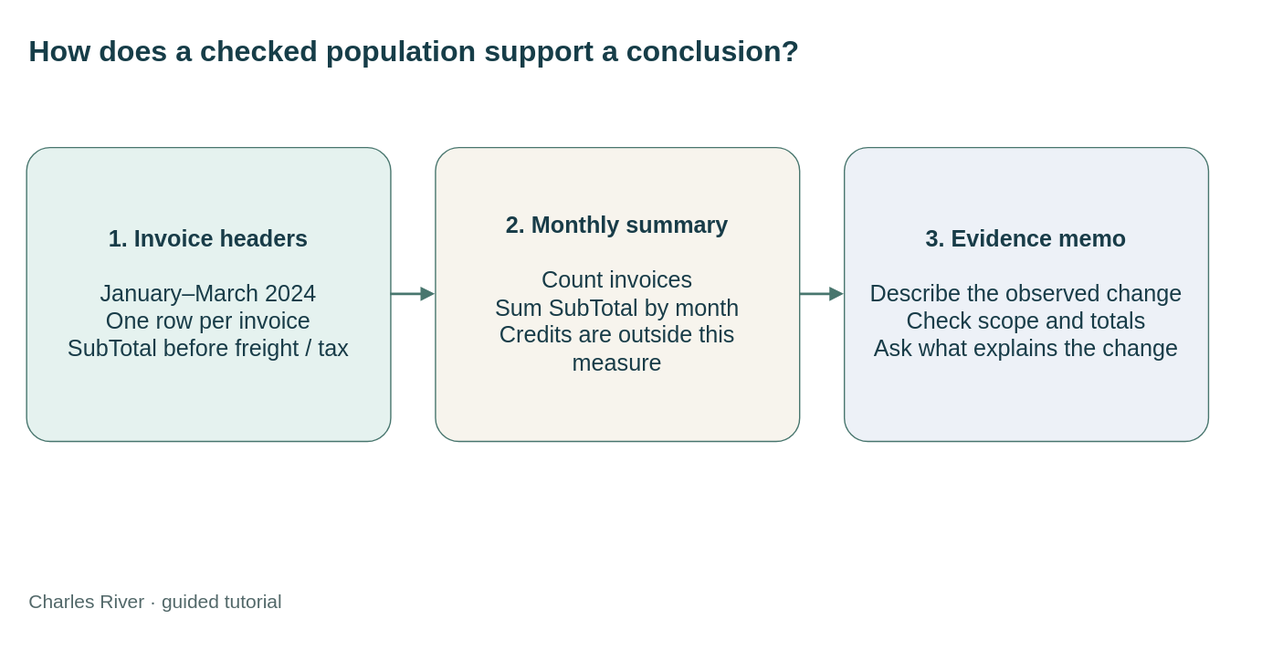
mmcodesso/CharlesRiver_Database keeps this draw.io diagram as static/diagrams/tutorials/turn-records-into-a-conclusion.svg. Above is the earlier version. Source tidied: cells renumbered, new cells last; positions are measured from the earlier drawing's top-left corner, leaving out a move shared by most shapes.
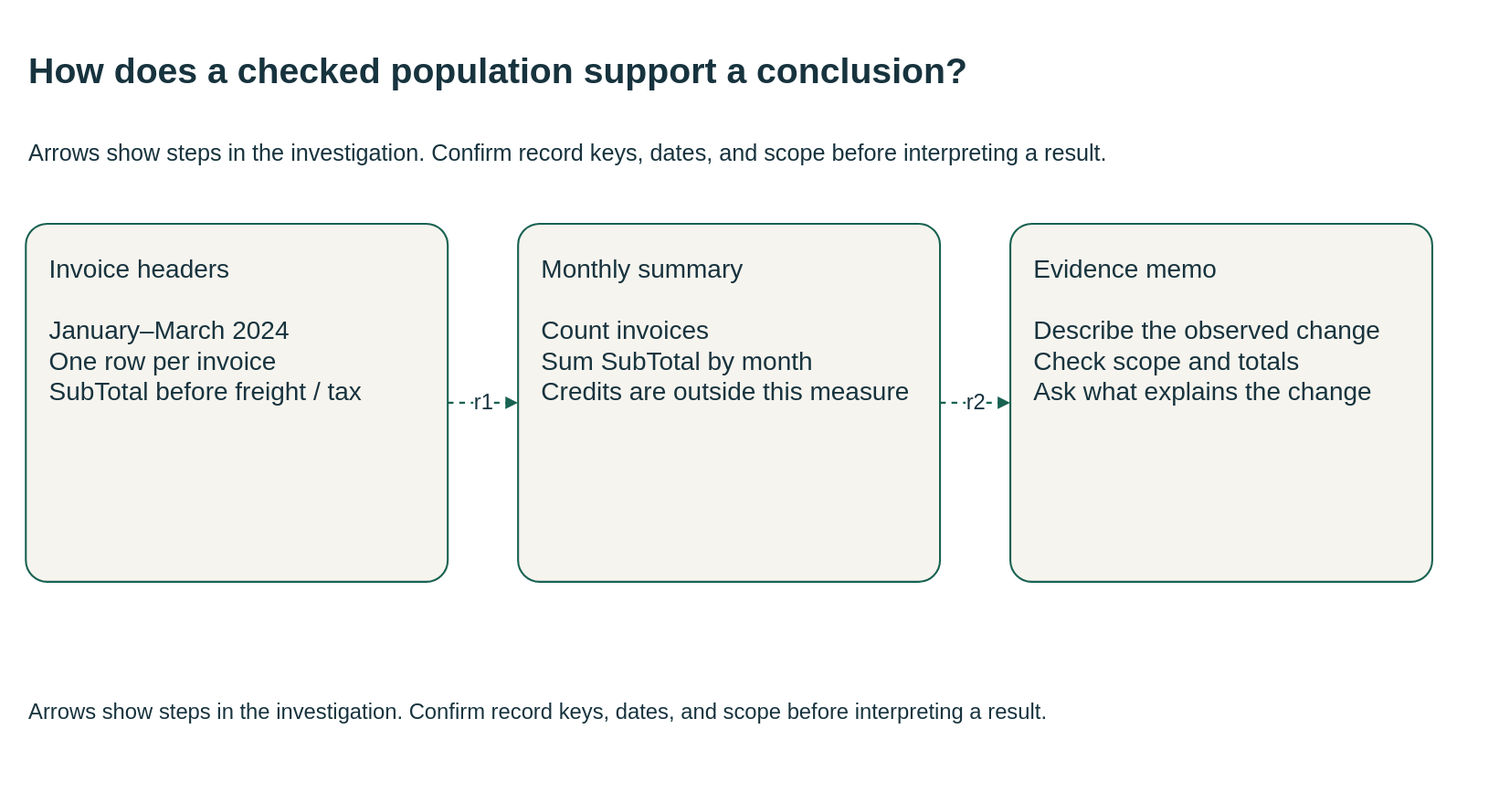
The same file after the commit.

Change to the diagram source:
```diff
@@ -1,27 +1,30 @@
-<mxGraphModel>
+<mxGraphModel background="#FFFFFF">
   <root>
     <mxCell id="0" />
     <mxCell id="1" parent="0" />
-    <mxCell id="2" value="How does a checked population support a conclusion?" style="text;html=0;whiteSpace=wrap;fontSize=23;fontStyle=1;fontColor=#163d48;align=left;" parent="1" vertex="1">
-      <mxGeometry width="920" height="60" as="geometry" />
+    <mxCell id="2" value="How does a checked population support a conclusion?" style="html=0;fontFamily=Arial;fontSize=20;fontColor=#17333e;strokeColor=#196252;strokeWidth=1.5;whiteSpace=wrap;text;strokeColor=none;fillColor=none;align=left;verticalAlign=middle;fontSize=28;fontStyle=1;" parent="1" vertex="1">
+      <mxGeometry width="1110" height="70" as="geometry" />
     </mxCell>
+    <mxCell id="9" value="Arrows show steps in the investigation. Confirm record keys, dates, and scope before interpreting a result." style="html=0;fontFamily=Arial;fontSize=20;fontColor=#17333e;strokeColor=#196252;strokeWidth=1.5;whiteSpace=wrap;text;strokeColor=none;fillColor=none;align=left;verticalAlign=middle;fontSize=18;fontStyle=0;" parent="1" vertex="1">
+      <mxGeometry y="72" width="1110" height="55" as="geometry" />
+    </mxCell>
-    <mxCell id="3" value="&lt;b&gt;1. Invoice headers&lt;/b&gt;&lt;br&gt;&lt;br&gt;January–March 2024&lt;br&gt;One row per invoice&lt;br&gt;SubTotal before freight / tax" style="rounded=1;whiteSpace=wrap;html=1;fillColor=#e5f2ef;strokeColor=#48766e;fontColor=#183c48;fontSize=18;spacing=15;arcSize=8;" parent="1" vertex="1">
-      <mxGeometry y="95" width="285" height="230" as="geometry" />
+    <mxCell id="3" value="Invoice headers&#10;&#10;January–March 2024&#10;One row per invoice&#10;SubTotal before freight / tax" style="html=0;fontFamily=Arial;fontSize=20;fontColor=#17333e;strokeColor=#196252;strokeWidth=1.5;whiteSpace=wrap;rounded=1;arcSize=6;fillColor=#f6f4ee;align=left;verticalAlign=top;spacing=18;" parent="1" vertex="1">
+      <mxGeometry y="155" width="330" height="280" as="geometry" />
     </mxCell>
-    <mxCell id="4" value="&lt;b&gt;2. Monthly summary&lt;/b&gt;&lt;br&gt;&lt;br&gt;Count invoices&lt;br&gt;Sum SubTotal by month&lt;br&gt;Credits are outside this measure" style="rounded=1;whiteSpace=wrap;html=1;fillColor=#f7f4ed;strokeColor=#48766e;fontColor=#183c48;fontSize=18;spacing=15;arcSize=8;" parent="1" vertex="1">
-      <mxGeometry x="320" y="95" width="285" height="230" as="geometry" />
+    <mxCell id="4" value="Monthly summary&#10;&#10;Count invoices&#10;Sum SubTotal by month&#10;Credits are outside this measure" style="html=0;fontFamily=Arial;fontSize=20;fontColor=#17333e;strokeColor=#196252;strokeWidth=1.5;whiteSpace=wrap;rounded=1;arcSize=6;fillColor=#f6f4ee;align=left;verticalAlign=top;spacing=18;" parent="1" vertex="1">
+      <mxGeometry x="385" y="155" width="330" height="280" as="geometry" />
     </mxCell>
-    <mxCell id="5" value="&lt;b&gt;3. Evidence memo&lt;/b&gt;&lt;br&gt;&lt;br&gt;Describe the observed change&lt;br&gt;Check scope and totals&lt;br&gt;Ask what explains the change" style="rounded=1;whiteSpace=wrap;html=1;fillColor=#edf1f7;strokeColor=#48766e;fontColor=#183c48;fontSize=18;spacing=15;arcSize=8;" parent="1" vertex="1">
-      <mxGeometry x="640" y="95" width="285" height="230" as="geometry" />
+    <mxCell id="5" value="Evidence memo&#10;&#10;Describe the observed change&#10;Check scope and totals&#10;Ask what explains the change" style="html=0;fontFamily=Arial;fontSize=20;fontColor=#17333e;strokeColor=#196252;strokeWidth=1.5;whiteSpace=wrap;rounded=1;arcSize=6;fillColor=#f6f4ee;align=left;verticalAlign=top;spacing=18;" parent="1" vertex="1">
+      <mxGeometry x="770" y="155" width="330" height="280" as="geometry" />
     </mxCell>
-    <mxCell id="6" style="edgeStyle=orthogonalEdgeStyle;rounded=0;html=0;strokeColor=#48766e;strokeWidth=2;endArrow=block;endFill=1;exitX=1;exitY=0.5;entryX=0;entryY=0.5;" parent="1" edge="1" source="3" target="4">
+    <mxCell id="6" value="r1" style="html=0;fontFamily=Arial;fontSize=20;fontColor=#17333e;strokeColor=#196252;strokeWidth=1.5;whiteSpace=wrap;edgeStyle=orthogonalEdgeStyle;rounded=0;fillColor=none;fontSize=17;labelBackgroundColor=#FFFFFF;startArrow=none;endArrow=block;endFill=1;dashed=1;exitX=1;exitY=0.5;entryX=0;entryY=0.5;" parent="1" edge="1" source="3" target="4">
       <mxGeometry relative="1" as="geometry" />
     </mxCell>
-    <mxCell id="7" style="edgeStyle=orthogonalEdgeStyle;rounded=0;html=0;strokeColor=#48766e;strokeWidth=2;endArrow=block;endFill=1;exitX=1;exitY=0.5;entryX=0;entryY=0.5;" parent="1" edge="1" source="4" target="5">
+    <mxCell id="7" value="r2" style="html=0;fontFamily=Arial;fontSize=20;fontColor=#17333e;strokeColor=#196252;strokeWidth=1.5;whiteSpace=wrap;edgeStyle=orthogonalEdgeStyle;rounded=0;fillColor=none;fontSize=17;labelBackgroundColor=#FFFFFF;startArrow=none;endArrow=block;endFill=1;dashed=1;exitX=1;exitY=0.5;entryX=0;entryY=0.5;" parent="1" edge="1" source="4" target="5">
       <mxGeometry relative="1" as="geometry" />
     </mxCell>
-    <mxCell id="8" value="Charles River · guided tutorial" style="text;html=0;fontColor=#526869;fontSize=15;align=left;" parent="1" vertex="1">
-      <mxGeometry y="435" width="920" height="30" as="geometry" />
+    <mxCell id="8" value="Arrows show steps in the investigation. Confirm record keys, dates, and scope before interpreting a result." style="html=0;fontFamily=Arial;fontSize=20;fontColor=#17333e;strokeColor=#196252;strokeWidth=1.5;whiteSpace=wrap;text;strokeColor=none;fillColor=none;align=left;verticalAlign=middle;fontSize=17;fontStyle=0;" parent="1" vertex="1">
+      <mxGeometry y="507" width="1110" height="60" as="geometry" />
     </mxCell>
   </root>
 </mxGraphModel>
```
